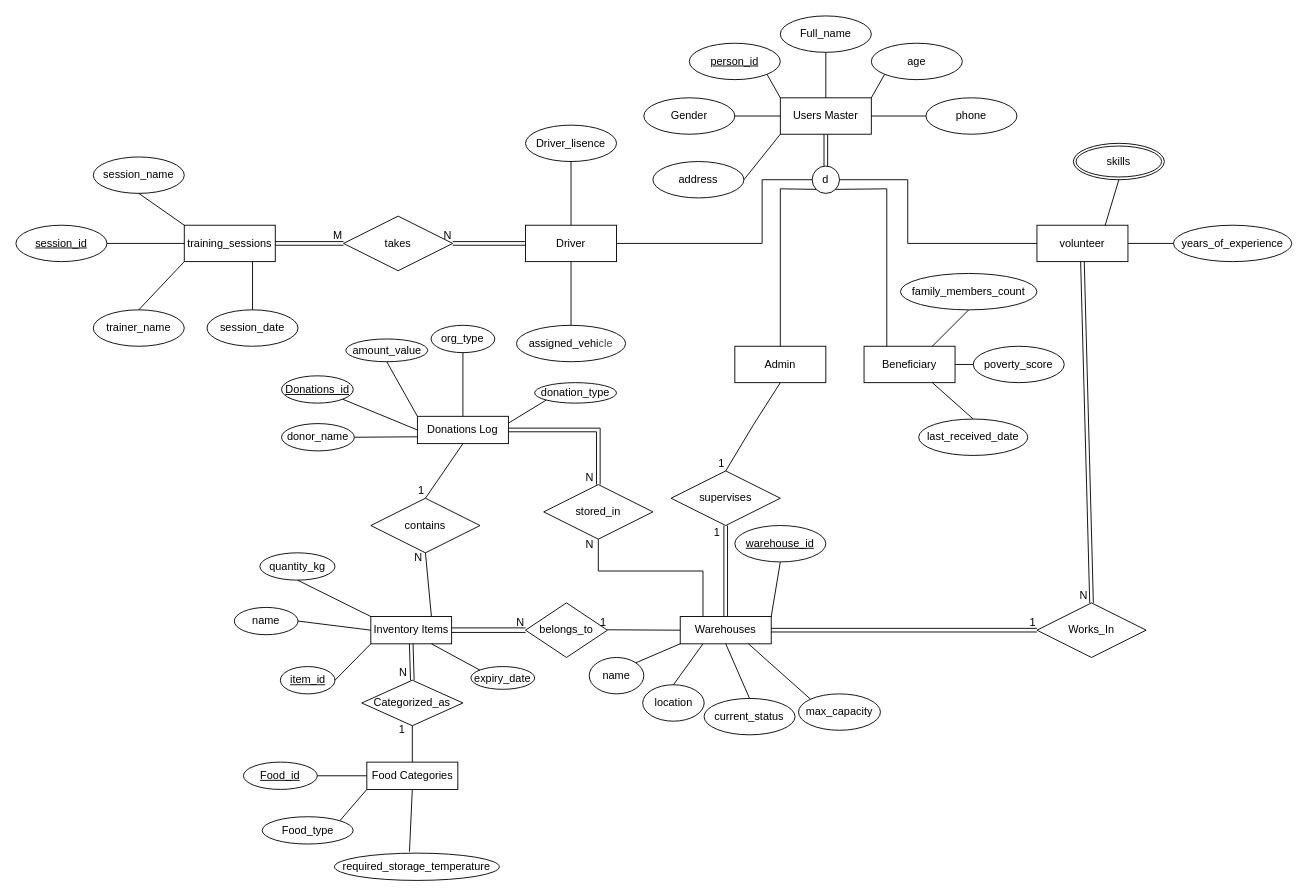
This is ER Diagram.drawio from OmarCoder9/Ramadan-Distributions, a draw.io file, before an edit. Source tidied: cells renumbered, new cells numbered last; positions are measured from the earlier drawing's top-left corner, leaving out a move shared by most shapes. Both pictures are drawn from the tidied source at 91%, with x=0, y=0 at pixel (15, 15).
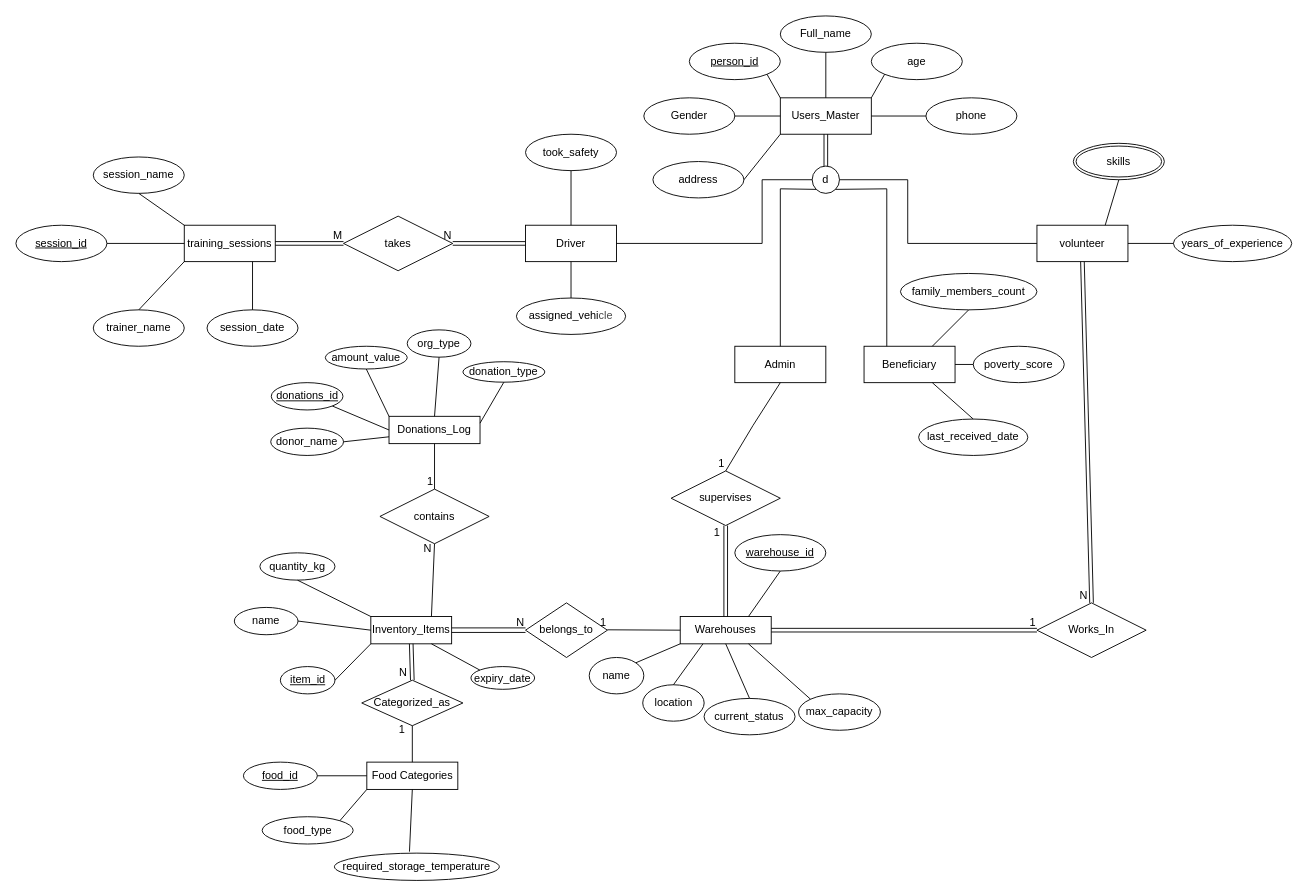
Above is the later version.

The change refers to these unchanged cells:
```xml
<mxCell id="30" value="Driver" style="whiteSpace=wrap;html=1;align=center;" parent="1" vertex="1">
  <mxGeometry x="560" y="230" width="100" height="40" as="geometry" />
</mxCell>
<mxCell id="53" value="Warehouses" style="whiteSpace=wrap;html=1;align=center;" parent="1" vertex="1">
  <mxGeometry x="730" y="660" width="100" height="30" as="geometry" />
</mxCell>
```

Change to the diagram source:
```diff
@@
-    <mxCell id="2" value="Users Master" style="whiteSpace=wrap;html=1;align=center;" parent="1" vertex="1">
+    <mxCell id="2" value="Users_Master" style="whiteSpace=wrap;html=1;align=center;" parent="1" vertex="1">
       <mxGeometry x="840" y="90" width="100" height="40" as="geometry" />
     </mxCell>
@@
-    <mxCell id="49" value="Driver_lisence" style="ellipse;whiteSpace=wrap;html=1;align=center;" parent="1" vertex="1">
-      <mxGeometry x="560" y="120" width="100" height="40" as="geometry" />
-    </mxCell>
-    <mxCell id="50" style="endArrow=none;html=1;rounded=0;exitX=0.5;exitY=0;exitDx=0;exitDy=0;entryX=0.5;entryY=1;entryDx=0;entryDy=0;" parent="1" edge="1" source="30" target="49">
+    <mxCell id="50" style="endArrow=none;html=1;rounded=0;exitX=0.5;exitY=0;exitDx=0;exitDy=0;entryX=0.5;entryY=1;entryDx=0;entryDy=0;" parent="1" edge="1" source="30" target="121">
       <mxGeometry relative="1" as="geometry" />
     </mxCell>
     <mxCell id="51" value="assigned_vehi&lt;font color=&quot;#484848&quot;&gt;cle&lt;/font&gt;" style="ellipse;whiteSpace=wrap;html=1;align=center;" parent="1" vertex="1">
-      <mxGeometry x="550" y="340" width="120" height="40" as="geometry" />
+      <mxGeometry x="550" y="310" width="120" height="40" as="geometry" />
     </mxCell>
@@
     <mxCell id="54" value="warehouse_id" style="ellipse;whiteSpace=wrap;html=1;align=center;fontStyle=4;" parent="1" vertex="1">
-      <mxGeometry x="790" y="560" width="100" height="40" as="geometry" />
+      <mxGeometry x="790" y="570" width="100" height="40" as="geometry" />
     </mxCell>
@@
-    <mxCell id="59" value="Inventory Items" style="whiteSpace=wrap;html=1;align=center;" parent="1" vertex="1">
+    <mxCell id="59" value="Inventory_Items" style="whiteSpace=wrap;html=1;align=center;" parent="1" vertex="1">
       <mxGeometry x="390" y="660" width="88.8" height="30" as="geometry" />
     </mxCell>
@@
-    <mxCell id="70" value="Donations Log" style="whiteSpace=wrap;html=1;align=center;" parent="1" vertex="1">
-      <mxGeometry x="441.2" y="440" width="100" height="30" as="geometry" />
+    <mxCell id="70" value="Donations_Log" style="whiteSpace=wrap;html=1;align=center;" parent="1" vertex="1">
+      <mxGeometry x="410" y="440" width="100" height="30" as="geometry" />
     </mxCell>
-    <mxCell id="71" value="Donations_id" style="ellipse;whiteSpace=wrap;html=1;align=center;fontStyle=4;" parent="1" vertex="1">
-      <mxGeometry x="291.9" y="395.5" width="78.8" height="30" as="geometry" />
+    <mxCell id="71" value="donations_id" style="ellipse;whiteSpace=wrap;html=1;align=center;fontStyle=4;" parent="1" vertex="1">
+      <mxGeometry x="280.6" y="403" width="78.8" height="30" as="geometry" />
     </mxCell>
     <mxCell id="72" value="donor_name" style="ellipse;whiteSpace=wrap;html=1;align=center;" parent="1" vertex="1">
-      <mxGeometry x="291.9" y="448" width="80" height="30" as="geometry" />
+      <mxGeometry x="280" y="453" width="80" height="30" as="geometry" />
     </mxCell>
     <mxCell id="73" value="amount_value" style="ellipse;whiteSpace=wrap;html=1;align=center;" parent="1" vertex="1">
-      <mxGeometry x="362.5" y="355" width="90" height="25" as="geometry" />
+      <mxGeometry x="340" y="363" width="90" height="25" as="geometry" />
     </mxCell>
-    <mxCell id="74" value="Food_type" style="ellipse;whiteSpace=wrap;html=1;align=center;" parent="1" vertex="1">
+    <mxCell id="74" value="food_type" style="ellipse;whiteSpace=wrap;html=1;align=center;" parent="1" vertex="1">
       <mxGeometry x="270.6" y="880" width="100" height="30" as="geometry" />
     </mxCell>
@@
     <mxCell id="76" value="donation_type" style="ellipse;whiteSpace=wrap;html=1;align=center;" parent="1" vertex="1">
-      <mxGeometry x="570" y="403" width="90" height="22.5" as="geometry" />
+      <mxGeometry x="491.2" y="380" width="90" height="22.5" as="geometry" />
     </mxCell>
     <mxCell id="77" value="org_type" style="ellipse;whiteSpace=wrap;html=1;align=center;" parent="1" vertex="1">
-      <mxGeometry x="456.2" y="340" width="70" height="30" as="geometry" />
+      <mxGeometry x="430" y="345" width="70" height="30" as="geometry" />
     </mxCell>
-    <mxCell id="78" value="Food_id" style="ellipse;whiteSpace=wrap;html=1;align=center;fontStyle=4;" parent="1" vertex="1">
+    <mxCell id="78" value="food_id" style="ellipse;whiteSpace=wrap;html=1;align=center;fontStyle=4;" parent="1" vertex="1">
       <mxGeometry x="250" y="820" width="81.2" height="30" as="geometry" />
     </mxCell>
@@
-    <mxCell id="82" style="endArrow=none;html=1;rounded=0;exitX=1;exitY=0;exitDx=0;exitDy=0;entryX=0.5;entryY=1;entryDx=0;entryDy=0;" parent="1" edge="1" source="53" target="54">
+    <mxCell id="82" style="endArrow=none;html=1;rounded=0;exitX=0.75;exitY=0;exitDx=0;exitDy=0;entryX=0.5;entryY=1;entryDx=0;entryDy=0;" parent="1" edge="1" source="53" target="54">
       <mxGeometry relative="1" as="geometry" />
     </mxCell>
@@
-    <mxCell id="99" style="endArrow=none;html=1;rounded=0;entryX=1;entryY=0.25;entryDx=0;entryDy=0;exitX=0;exitY=1;exitDx=0;exitDy=0;" parent="1" edge="1" source="76" target="70">
+    <mxCell id="99" style="endArrow=none;html=1;rounded=0;entryX=1;entryY=0.25;entryDx=0;entryDy=0;exitX=0.5;exitY=1;exitDx=0;exitDy=0;" parent="1" edge="1" source="76" target="70">
       <mxGeometry relative="1" as="geometry" />
     </mxCell>
@@
-    <mxCell id="111" value="stored_in" style="shape=rhombus;perimeter=rhombusPerimeter;whiteSpace=wrap;html=1;align=center;" parent="1" vertex="1">
-      <mxGeometry x="580" y="515" width="120" height="60" as="geometry" />
-    </mxCell>
-    <mxCell id="112" style="shape=link;html=1;rounded=0;exitX=1;exitY=0.5;exitDx=0;exitDy=0;entryX=0.5;entryY=0;entryDx=0;entryDy=0;" parent="1" edge="1" source="70" target="111">
-      <mxGeometry relative="1" as="geometry">
-        <Array as="points">
-          <mxPoint x="640" y="455" />
-        </Array>
-      </mxGeometry>
-    </mxCell>
-    <mxCell id="113" value="N" style="html=1;whiteSpace=wrap;align=right;verticalAlign=bottom;" parent="112" vertex="1">
-      <mxGeometry x="1" relative="1" as="geometry">
-        <mxPoint x="-4" y="1" as="offset" />
-      </mxGeometry>
-    </mxCell>
-    <mxCell id="114" style="endArrow=none;html=1;rounded=0;exitX=0.25;exitY=0;exitDx=0;exitDy=0;entryX=0.5;entryY=1;entryDx=0;entryDy=0;" parent="1" edge="1" source="53" target="111">
-      <mxGeometry relative="1" as="geometry">
-        <Array as="points">
-          <mxPoint x="755" y="610" />
-          <mxPoint x="640" y="610" />
-        </Array>
-      </mxGeometry>
-    </mxCell>
-    <mxCell id="115" value="N" style="html=1;whiteSpace=wrap;align=right;verticalAlign=bottom;" parent="114" vertex="1">
-      <mxGeometry x="1" relative="1" as="geometry">
-        <mxPoint x="-4" y="14" as="offset" />
-      </mxGeometry>
-    </mxCell>
     <mxCell id="116" value="contains" style="shape=rhombus;perimeter=rhombusPerimeter;whiteSpace=wrap;html=1;align=center;" parent="1" vertex="1">
-      <mxGeometry x="390" y="530" width="120" height="60" as="geometry" />
+      <mxGeometry x="400" y="520" width="120" height="60" as="geometry" />
     </mxCell>
@@
+    <mxCell id="121" value="took_safety" style="ellipse;whiteSpace=wrap;html=1;align=center;" parent="1" vertex="1">
+      <mxGeometry x="560" y="130" width="100" height="40" as="geometry" />
+    </mxCell>
```
